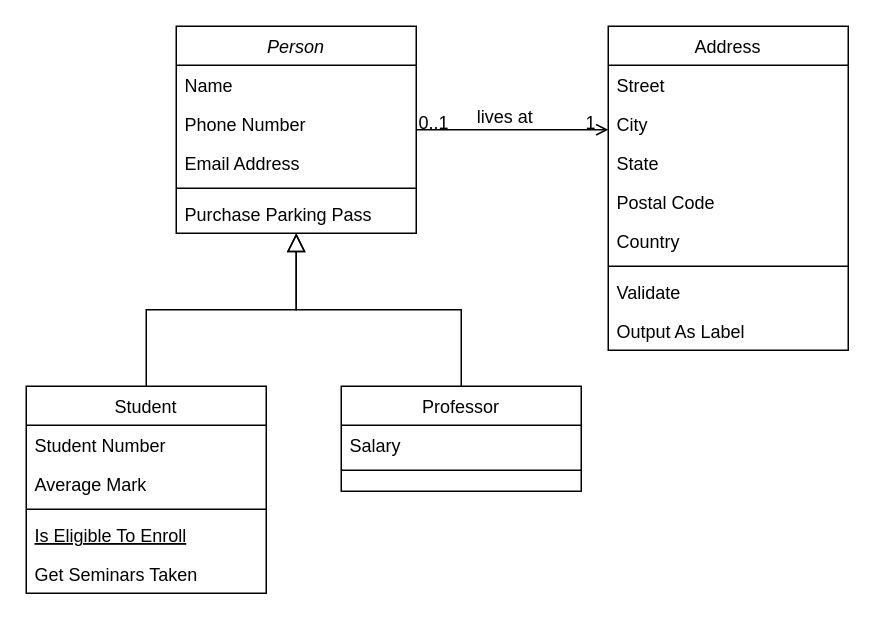
Above: Untitled Diagram.drawio in WilliamAbrokwah/GitHub-Test (draw.io), before the change. Source tidied: cells renumbered, new cells numbered last; positions are measured from the earlier drawing's top-left corner, leaving out a move shared by most shapes. Both pictures are drawn from the tidied source at 150%, with x=0, y=0 at pixel (26, 26).
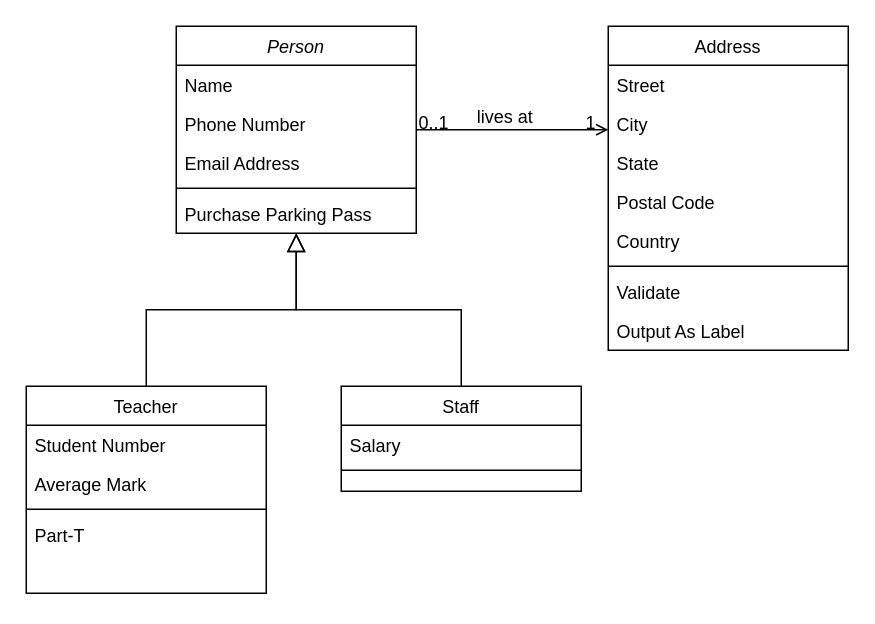
After the change.

Diff of the diagram source:
```diff
@@
-    <mxCell id="8" value="Student" style="swimlane;fontStyle=0;align=center;verticalAlign=top;horizontal=1;startSize=26;rounded=0;shadow=0;strokeWidth=1;" parent="1" vertex="1">
+    <mxCell id="8" value="Teacher" style="swimlane;fontStyle=0;align=center;verticalAlign=top;horizontal=1;startSize=26;rounded=0;shadow=0;strokeWidth=1;" parent="1" vertex="1">
       <mxGeometry y="240" width="160" height="138" as="geometry" />
     </mxCell>
@@
-    <mxCell id="12" value="Is Eligible To Enroll" style="text;align=left;verticalAlign=top;spacingLeft=4;spacingRight=4;overflow=hidden;fontStyle=4;" parent="8" vertex="1">
-      <mxGeometry y="86" width="160" height="26" as="geometry" />
-    </mxCell>
-    <mxCell id="13" value="Get Seminars Taken" style="text;align=left;verticalAlign=top;spacingLeft=4;spacingRight=4;overflow=hidden;" parent="8" vertex="1">
-      <mxGeometry y="112" width="160" height="26" as="geometry" />
+    <mxCell id="13" value="Part-T" style="text;align=left;verticalAlign=top;spacingLeft=4;spacingRight=4;overflow=hidden;" parent="8" vertex="1">
+      <mxGeometry y="86" width="160" height="26" as="geometry" />
     </mxCell>
@@
-    <mxCell id="15" value="Professor" style="swimlane;fontStyle=0;align=center;verticalAlign=top;horizontal=1;startSize=26;rounded=0;shadow=0;strokeWidth=1;" parent="1" vertex="1">
+    <mxCell id="15" value="Staff" style="swimlane;fontStyle=0;align=center;verticalAlign=top;horizontal=1;startSize=26;rounded=0;shadow=0;strokeWidth=1;" parent="1" vertex="1">
       <mxGeometry x="210" y="240" width="160" height="70" as="geometry" />
     </mxCell>
```
